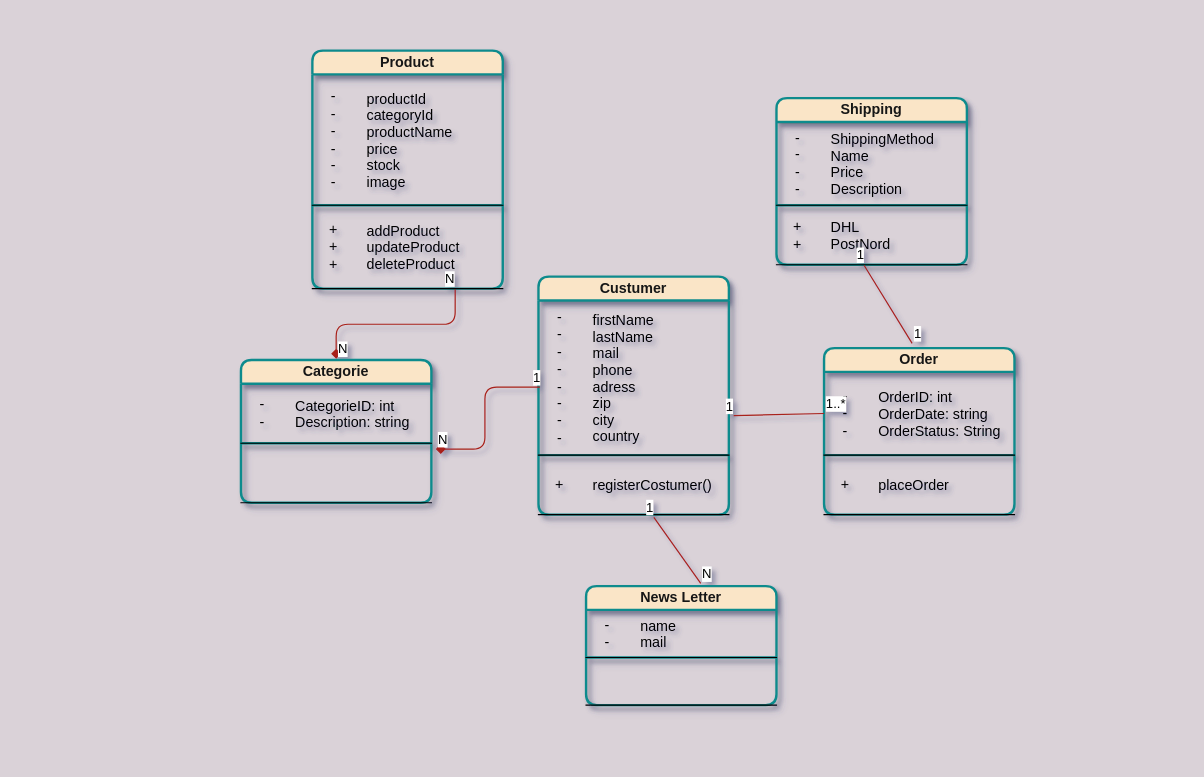
This is page "Page-2" (2 of 2) of Untitled Diagram.drawio from TechWithRyan/Webbshop, a draw.io file, before an edit. Source tidied: cells renumbered, new cells numbered last; positions are measured from the earlier drawing's top-left corner, leaving out a move shared by most shapes. Both pictures are drawn from the tidied source at 119%, with x=0, y=0 at pixel (240, 50).
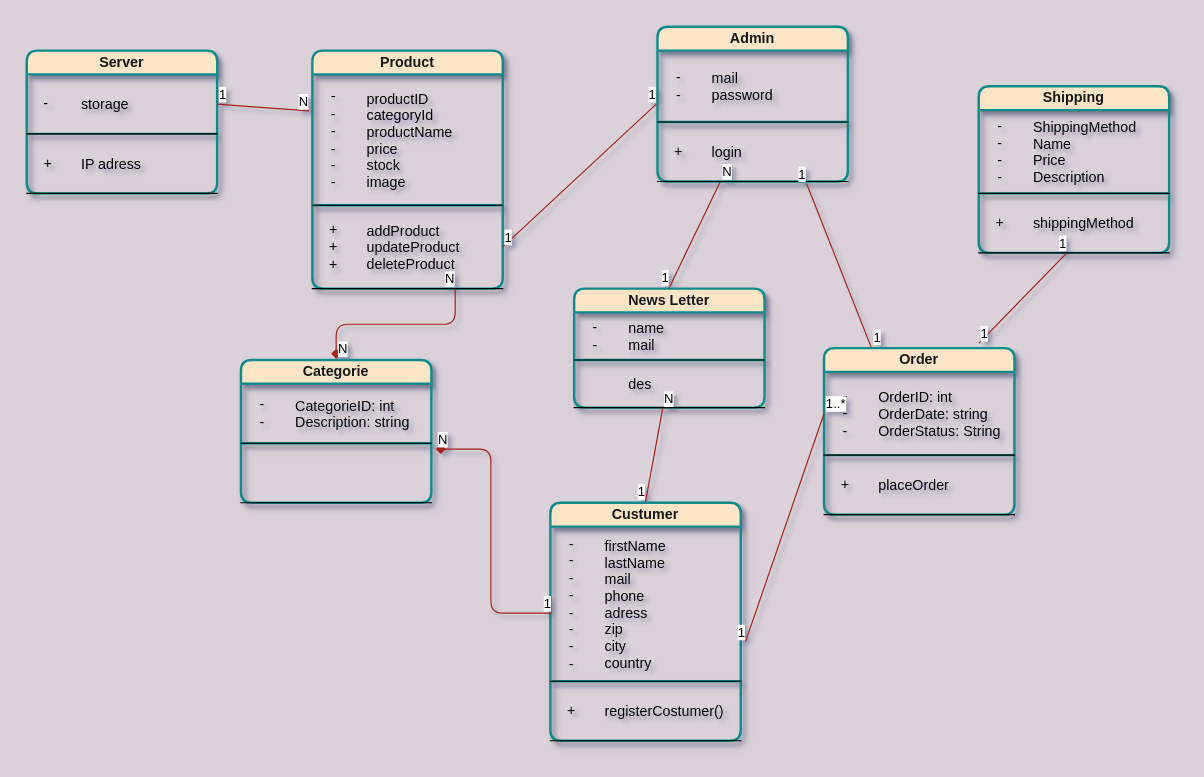
Above is the later version.

Unchanged cells that the change refers to:
```xml
<mxCell id="6" style="shape=partialRectangle;html=1;whiteSpace=wrap;fillColor=none;top=0;left=0;bottom=1;right=0;points=[[0,0.5],[1,0.5]];portConstraint=eastwest;" parent="2" vertex="1">
  <mxGeometry y="150" width="160" height="50" as="geometry" />
</mxCell>
<mxCell id="17" style="shape=partialRectangle;html=1;whiteSpace=wrap;fillColor=none;top=0;left=0;bottom=1;right=0;points=[[0,0.5],[1,0.5]];portConstraint=eastwest;" parent="16" vertex="1">
  <mxGeometry y="20" width="160" height="110" as="geometry" />
</mxCell>
<mxCell id="20" style="shape=partialRectangle;html=1;whiteSpace=wrap;fillColor=none;top=0;left=0;bottom=1;right=0;points=[[0,0.5],[1,0.5]];portConstraint=eastwest;" parent="16" vertex="1">
  <mxGeometry y="130" width="160" height="70" as="geometry" />
</mxCell>
<mxCell id="23" value="Order" style="shape=table;html=1;whiteSpace=wrap;startSize=20;childLayout=tableLayout;rowLines=1;fontStyle=1;align=center;rounded=1;sketch=0;strokeColor=#0F8B8D;fillColor=#FAE5C7;swimlaneFillColor=none;labelBorderColor=none;labelBackgroundColor=none;fontColor=#171717;shadow=1;perimeterSpacing=1;strokeWidth=2;columnLines=0;resizeLastRow=1;noLabel=0;portConstraintRotation=0;snapToPoint=0;" parent="1" vertex="1">
  <mxGeometry x="490" y="250" width="160" height="140" as="geometry" />
</mxCell>
<mxCell id="34" style="shape=partialRectangle;html=1;whiteSpace=wrap;fillColor=none;top=0;left=0;bottom=1;right=0;points=[[0,0.5],[1,0.5]];portConstraint=eastwest;" parent="30" vertex="1">
  <mxGeometry y="90" width="160" height="50" as="geometry" />
</mxCell>
<mxCell id="41" style="shape=partialRectangle;html=1;whiteSpace=wrap;fillColor=none;top=0;left=0;bottom=1;right=0;points=[[0,0.5],[1,0.5]];portConstraint=eastwest;" parent="37" vertex="1">
  <mxGeometry y="60" width="160" height="40" as="geometry" />
</mxCell>
```

What changed in the source:
```diff
@@
     <mxCell id="2" value="Custumer" style="shape=table;html=1;whiteSpace=wrap;startSize=20;childLayout=tableLayout;rowLines=1;fontStyle=1;align=center;rounded=1;sketch=0;strokeColor=#0F8B8D;fillColor=#FAE5C7;swimlaneFillColor=none;labelBorderColor=none;labelBackgroundColor=none;fontColor=#171717;shadow=1;perimeterSpacing=1;strokeWidth=2;columnLines=0;resizeLastRow=1;noLabel=0;portConstraintRotation=0;snapToPoint=0;" parent="1" vertex="1">
-      <mxGeometry x="250" y="190" width="160" height="200" as="geometry" />
+      <mxGeometry x="260" y="380" width="160" height="200" as="geometry" />
     </mxCell>
@@
-    <mxCell id="19" value="productId&#10;categoryId&#10;productName&#10;price&#10;stock&#10;image" style="shape=partialRectangle;top=0;left=0;bottom=0;right=0;align=left;spacingLeft=8;overflow=hidden;labelBorderColor=none;labelBackgroundColor=none;verticalAlign=middle;horizontal=1;fillColor=none;shadow=0;sketch=0;fontColor=#000000;movableLabel=0;" parent="17" vertex="1">
+    <mxCell id="19" value="productID&#10;categoryId&#10;productName&#10;price&#10;stock&#10;image" style="shape=partialRectangle;top=0;left=0;bottom=0;right=0;align=left;spacingLeft=8;overflow=hidden;labelBorderColor=none;labelBackgroundColor=none;verticalAlign=middle;horizontal=1;fillColor=none;shadow=0;sketch=0;fontColor=#000000;movableLabel=0;" parent="17" vertex="1">
       <mxGeometry x="36" width="124" height="110" as="geometry" />
     </mxCell>
@@
     <mxCell id="30" value="Shipping" style="shape=table;html=1;whiteSpace=wrap;startSize=20;childLayout=tableLayout;rowLines=1;fontStyle=1;align=center;rounded=1;sketch=0;strokeColor=#0F8B8D;fillColor=#FAE5C7;swimlaneFillColor=none;labelBorderColor=none;labelBackgroundColor=none;fontColor=#171717;shadow=1;perimeterSpacing=1;strokeWidth=2;columnLines=0;resizeLastRow=1;noLabel=0;" parent="1" vertex="1">
-      <mxGeometry x="450" y="40" width="160" height="140" as="geometry" />
+      <mxGeometry x="620" y="30" width="160" height="140" as="geometry" />
     </mxCell>
@@
-    <mxCell id="35" value="+&lt;br&gt;+" style="shape=partialRectangle;html=1;whiteSpace=wrap;fillColor=none;top=0;left=0;bottom=0;right=0;overflow=hidden;fontColor=#000000;" parent="34" vertex="1">
+    <mxCell id="35" value="+" style="shape=partialRectangle;html=1;whiteSpace=wrap;fillColor=none;top=0;left=0;bottom=0;right=0;overflow=hidden;fontColor=#000000;" parent="34" vertex="1">
       <mxGeometry width="36" height="50" as="geometry" />
     </mxCell>
-    <mxCell id="36" value="DHL&#10;PostNord" style="shape=partialRectangle;top=0;left=0;bottom=0;right=0;align=left;spacingLeft=8;overflow=hidden;labelBorderColor=none;labelBackgroundColor=none;verticalAlign=middle;horizontal=1;fillColor=none;shadow=0;sketch=0;fontColor=#000000;" parent="34" vertex="1">
+    <mxCell id="36" value="shippingMethod" style="shape=partialRectangle;top=0;left=0;bottom=0;right=0;align=left;spacingLeft=8;overflow=hidden;labelBorderColor=none;labelBackgroundColor=none;verticalAlign=middle;horizontal=1;fillColor=none;shadow=0;sketch=0;fontColor=#000000;" parent="34" vertex="1">
       <mxGeometry x="36" width="124" height="50" as="geometry" />
     </mxCell>
     <mxCell id="37" value="News Letter" style="shape=table;html=1;whiteSpace=wrap;startSize=20;childLayout=tableLayout;rowLines=1;fontStyle=1;align=center;rounded=1;sketch=0;strokeColor=#0F8B8D;fillColor=#FAE5C7;swimlaneFillColor=none;labelBorderColor=none;labelBackgroundColor=none;fontColor=#171717;shadow=1;perimeterSpacing=1;strokeWidth=2;columnLines=0;resizeLastRow=1;noLabel=0;portConstraintRotation=0;snapToPoint=0;" parent="1" vertex="1">
-      <mxGeometry x="290" y="450" width="160" height="100" as="geometry" />
+      <mxGeometry x="280" y="200" width="160" height="100" as="geometry" />
     </mxCell>
@@
-    <mxCell id="43" style="shape=partialRectangle;top=0;left=0;bottom=0;right=0;align=left;spacingLeft=8;overflow=hidden;labelBorderColor=none;labelBackgroundColor=none;verticalAlign=middle;horizontal=1;fillColor=none;shadow=0;sketch=0;fontColor=#000000;" parent="41" vertex="1">
+    <mxCell id="43" value="des" style="shape=partialRectangle;top=0;left=0;bottom=0;right=0;align=left;spacingLeft=8;overflow=hidden;labelBorderColor=none;labelBackgroundColor=none;verticalAlign=middle;horizontal=1;fillColor=none;shadow=0;sketch=0;fontColor=#000000;" parent="41" vertex="1">
       <mxGeometry x="36" width="124" height="40" as="geometry" />
     </mxCell>
-    <mxCell id="44" style="endArrow=none;html=1;strokeColor=#A8201A;fillColor=#FAE5C7;fontColor=#171717;exitX=0.601;exitY=-0.012;exitDx=0;exitDy=0;exitPerimeter=0;entryX=0.606;entryY=1.044;entryDx=0;entryDy=0;entryPerimeter=0;endFill=0;" parent="1" edge="1" source="37" target="6">
+    <mxCell id="44" style="endArrow=none;html=1;strokeColor=#A8201A;fillColor=#FAE5C7;fontColor=#171717;exitX=0.465;exitY=1.018;exitDx=0;exitDy=0;exitPerimeter=0;entryX=0.5;entryY=0;entryDx=0;entryDy=0;endFill=0;" parent="1" edge="1" source="41" target="2">
       <mxGeometry relative="1" as="geometry" />
     </mxCell>
@@
     <mxCell id="56" style="endArrow=none;html=1;strokeColor=#A8201A;fillColor=#FAE5C7;fontColor=#171717;entryX=0.46;entryY=1.008;entryDx=0;entryDy=0;entryPerimeter=0;endFill=0;" parent="1" edge="1" target="34">
       <mxGeometry relative="1" as="geometry">
-        <mxPoint x="564" y="246" as="sourcePoint" />
+        <mxPoint x="620" y="246" as="sourcePoint" />
       </mxGeometry>
     </mxCell>
@@
+    <mxCell id="59" value="Admin" style="shape=table;html=1;whiteSpace=wrap;startSize=20;childLayout=tableLayout;rowLines=1;fontStyle=1;align=center;rounded=1;sketch=0;strokeColor=#0F8B8D;fillColor=#FAE5C7;swimlaneFillColor=none;labelBorderColor=none;labelBackgroundColor=none;fontColor=#171717;shadow=1;perimeterSpacing=1;strokeWidth=2;columnLines=0;resizeLastRow=1;noLabel=0;portConstraintRotation=0;snapToPoint=0;" parent="1" vertex="1">
+      <mxGeometry x="350" y="-20" width="160" height="130" as="geometry" />
+    </mxCell>
+    <mxCell id="60" style="shape=partialRectangle;html=1;whiteSpace=wrap;fillColor=none;top=0;left=0;bottom=1;right=0;" parent="59" vertex="1">
+      <mxGeometry y="20" width="160" height="60" as="geometry" />
+    </mxCell>
+    <mxCell id="61" value="-&lt;br&gt;-" style="shape=partialRectangle;html=1;whiteSpace=wrap;fillColor=none;top=0;left=0;bottom=0;right=0;overflow=hidden;fontColor=#000000;" parent="60" vertex="1">
+      <mxGeometry width="36" height="60" as="geometry" />
+    </mxCell>
+    <mxCell id="62" value="mail&#10;password" style="shape=partialRectangle;top=0;left=0;bottom=0;right=0;align=left;spacingLeft=8;overflow=hidden;labelBorderColor=none;labelBackgroundColor=none;verticalAlign=middle;horizontal=1;fillColor=none;shadow=0;sketch=0;fontColor=#000000;movableLabel=0;" parent="60" vertex="1">
+      <mxGeometry x="36" width="124" height="60" as="geometry" />
+    </mxCell>
+    <mxCell id="63" style="shape=partialRectangle;html=1;whiteSpace=wrap;fillColor=none;top=0;left=0;bottom=1;right=0;points=[[0,0.5],[1,0.5]];portConstraint=eastwest;" parent="59" vertex="1">
+      <mxGeometry y="80" width="160" height="50" as="geometry" />
+    </mxCell>
+    <mxCell id="64" value="+&lt;br&gt;" style="shape=partialRectangle;html=1;whiteSpace=wrap;fillColor=none;top=0;left=0;bottom=0;right=0;overflow=hidden;fontColor=#000000;" parent="63" vertex="1">
+      <mxGeometry width="36" height="50" as="geometry" />
+    </mxCell>
+    <mxCell id="65" value="login" style="shape=partialRectangle;top=0;left=0;bottom=0;right=0;align=left;spacingLeft=8;overflow=hidden;labelBorderColor=none;labelBackgroundColor=none;verticalAlign=middle;horizontal=1;fillColor=none;shadow=0;sketch=0;fontColor=#000000;" parent="63" vertex="1">
+      <mxGeometry x="36" width="124" height="50" as="geometry" />
+    </mxCell>
+    <mxCell id="66" style="endArrow=none;html=1;strokeColor=#A8201A;fillColor=#FAE5C7;fontColor=#171717;entryX=0.784;entryY=1.044;entryDx=0;entryDy=0;entryPerimeter=0;endFill=0;exitX=0.25;exitY=0;exitDx=0;exitDy=0;" parent="1" edge="1" source="23" target="63">
+      <mxGeometry relative="1" as="geometry" />
+    </mxCell>
+    <mxCell id="67" value="1" style="edgeLabel;html=1;align=left;verticalAlign=bottom;" parent="66" vertex="1">
+      <mxGeometry x="-1" relative="1" as="geometry" />
+    </mxCell>
+    <mxCell id="68" value="1" style="edgeLabel;html=1;align=right;verticalAlign=bottom;" parent="66" vertex="1">
+      <mxGeometry x="1" relative="1" as="geometry" />
+    </mxCell>
+    <mxCell id="69" style="endArrow=none;html=1;strokeColor=#A8201A;fillColor=#FAE5C7;fontColor=#171717;entryX=0;entryY=0.5;entryDx=0;entryDy=0;endFill=0;exitX=1;exitY=0.5;exitDx=0;exitDy=0;" parent="1" edge="1" source="20" target="59">
+      <mxGeometry relative="1" as="geometry" />
+    </mxCell>
+    <mxCell id="70" value="1" style="edgeLabel;html=1;align=left;verticalAlign=bottom;" parent="69" vertex="1">
+      <mxGeometry x="-1" relative="1" as="geometry" />
+    </mxCell>
+    <mxCell id="71" value="1" style="edgeLabel;html=1;align=right;verticalAlign=bottom;" parent="69" vertex="1">
+      <mxGeometry x="1" relative="1" as="geometry" />
+    </mxCell>
+    <mxCell id="72" style="endArrow=none;html=1;strokeColor=#A8201A;fillColor=#FAE5C7;fontColor=#171717;exitX=0.329;exitY=1.007;exitDx=0;exitDy=0;exitPerimeter=0;entryX=0.5;entryY=0;entryDx=0;entryDy=0;endFill=0;" parent="1" edge="1" source="63" target="37">
+      <mxGeometry relative="1" as="geometry" />
+    </mxCell>
+    <mxCell id="73" value="N" style="edgeLabel;html=1;align=left;verticalAlign=bottom;" parent="72" vertex="1">
+      <mxGeometry x="-1" relative="1" as="geometry" />
+    </mxCell>
+    <mxCell id="74" value="1" style="edgeLabel;html=1;align=right;verticalAlign=bottom;" parent="72" vertex="1">
+      <mxGeometry x="1" relative="1" as="geometry" />
+    </mxCell>
+    <mxCell id="75" value="Server" style="shape=table;html=1;whiteSpace=wrap;startSize=20;childLayout=tableLayout;rowLines=1;fontStyle=1;align=center;rounded=1;sketch=0;strokeColor=#0F8B8D;fillColor=#FAE5C7;swimlaneFillColor=none;labelBorderColor=none;labelBackgroundColor=none;fontColor=#171717;shadow=1;perimeterSpacing=1;strokeWidth=2;columnLines=0;resizeLastRow=1;noLabel=0;" parent="1" vertex="1">
+      <mxGeometry x="-180" width="160" height="120" as="geometry" />
+    </mxCell>
+    <mxCell id="76" style="shape=partialRectangle;html=1;whiteSpace=wrap;fillColor=none;top=0;left=0;bottom=1;right=0;points=[[0,0.5],[1,0.5]];portConstraint=eastwest;" parent="75" vertex="1">
+      <mxGeometry y="20" width="160" height="50" as="geometry" />
+    </mxCell>
+    <mxCell id="77" value="-&amp;nbsp;" style="shape=partialRectangle;html=1;whiteSpace=wrap;fillColor=none;top=0;left=0;bottom=0;right=0;overflow=hidden;fontColor=#000000;" parent="76" vertex="1">
+      <mxGeometry width="36" height="50" as="geometry" />
+    </mxCell>
+    <mxCell id="78" value="storage" style="shape=partialRectangle;top=0;left=0;bottom=0;right=0;align=left;spacingLeft=8;overflow=hidden;labelBorderColor=none;labelBackgroundColor=none;verticalAlign=middle;horizontal=1;fillColor=none;shadow=0;sketch=0;fontColor=#000000;movableLabel=0;" parent="76" vertex="1">
+      <mxGeometry x="36" width="124" height="50" as="geometry" />
+    </mxCell>
+    <mxCell id="79" style="shape=partialRectangle;html=1;whiteSpace=wrap;fillColor=none;top=0;left=0;bottom=1;right=0;" parent="75" vertex="1">
+      <mxGeometry y="70" width="160" height="50" as="geometry" />
+    </mxCell>
+    <mxCell id="80" value="+" style="shape=partialRectangle;html=1;whiteSpace=wrap;fillColor=none;top=0;left=0;bottom=0;right=0;overflow=hidden;fontColor=#000000;" parent="79" vertex="1">
+      <mxGeometry width="36" height="50" as="geometry" />
+    </mxCell>
+    <mxCell id="81" value="IP adress" style="shape=partialRectangle;top=0;left=0;bottom=0;right=0;align=left;spacingLeft=8;overflow=hidden;labelBorderColor=none;labelBackgroundColor=none;verticalAlign=middle;horizontal=1;fillColor=none;shadow=0;sketch=0;fontColor=#000000;" parent="79" vertex="1">
+      <mxGeometry x="36" width="124" height="50" as="geometry" />
+    </mxCell>
+    <mxCell id="82" style="endArrow=none;html=1;strokeColor=#A8201A;fillColor=#FAE5C7;fontColor=#171717;entryX=-0.018;entryY=0.279;entryDx=0;entryDy=0;endFill=0;exitX=1;exitY=0.5;exitDx=0;exitDy=0;entryPerimeter=0;" parent="1" edge="1" source="76" target="17">
+      <mxGeometry relative="1" as="geometry" />
+    </mxCell>
+    <mxCell id="83" value="1" style="edgeLabel;html=1;align=left;verticalAlign=bottom;" parent="82" vertex="1">
+      <mxGeometry x="-1" relative="1" as="geometry" />
+    </mxCell>
+    <mxCell id="84" value="N" style="edgeLabel;html=1;align=right;verticalAlign=bottom;" parent="82" vertex="1">
+      <mxGeometry x="1" relative="1" as="geometry" />
+    </mxCell>
```
